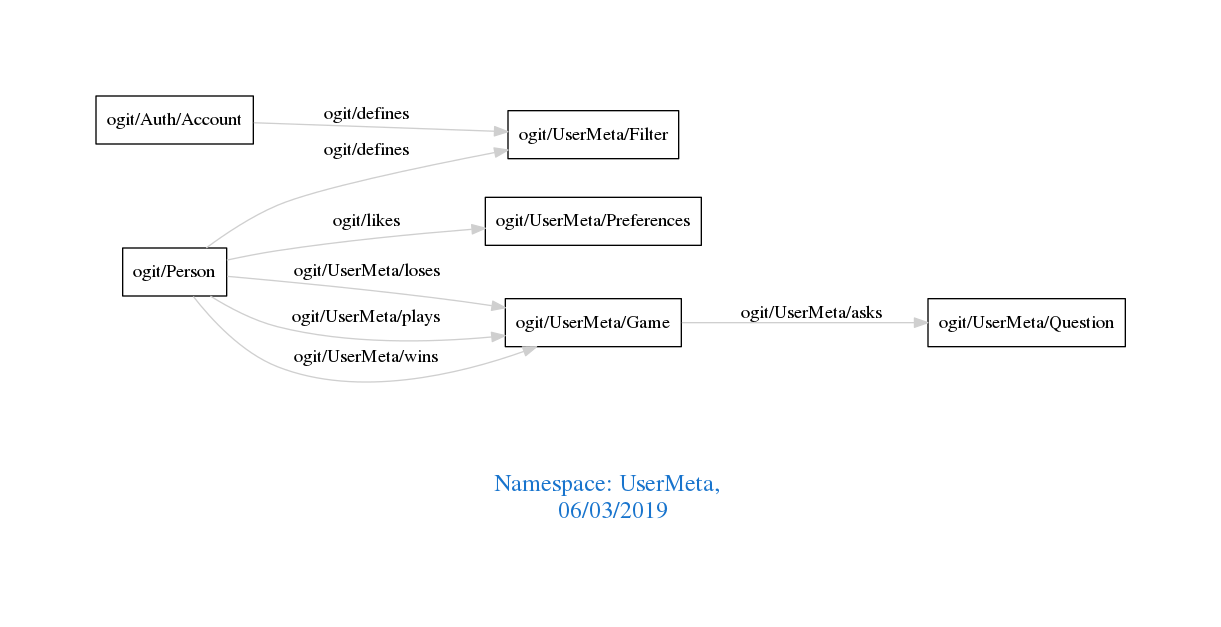
Earlier version of the Graphviz export downloads/UserMeta.png (arago/OGIT). Its source is kept beside it as downloads/UserMeta.dot.
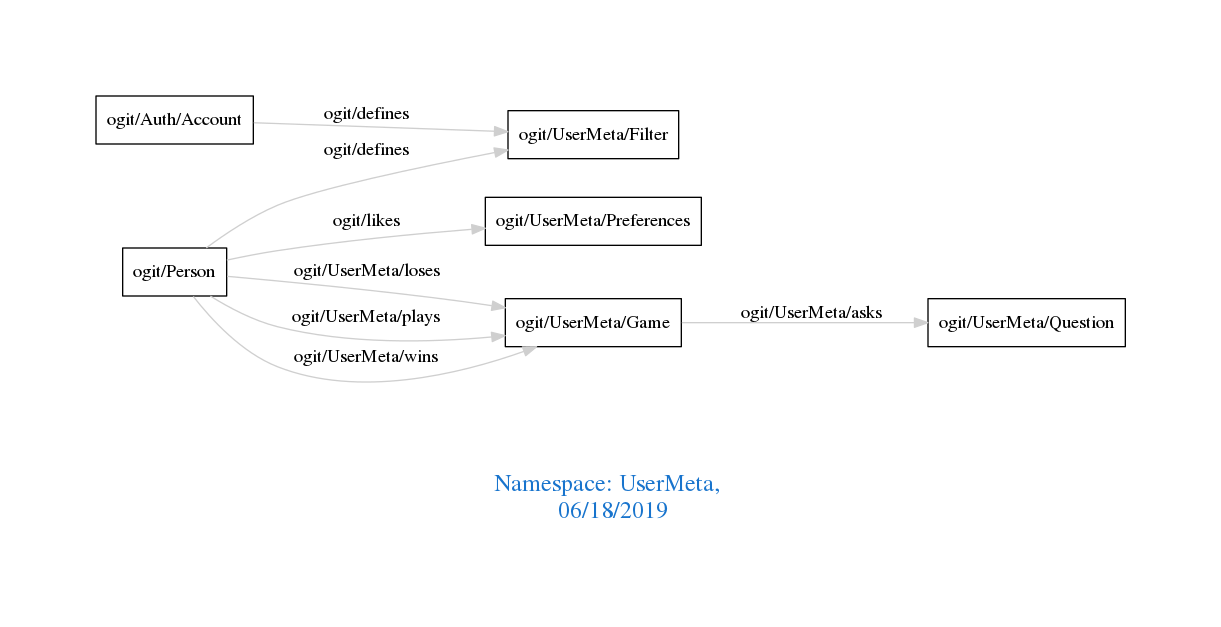
Later version of the same file.

What changed in the source:
```diff
@@ -1,7 +1,7 @@
 digraph OGIT_ontology {
  graph [ rankdir= LR,pad=1
 fontsize = 18,
-fontcolor= dodgerblue3,label = "\n\n\nNamespace: UserMeta, \n 06/03/2019"];
+fontcolor= dodgerblue3,label = "\n\n\nNamespace: UserMeta, \n 06/18/2019"];
 node[shape=polygon];
 edge [  color="gray81"];
 
```
